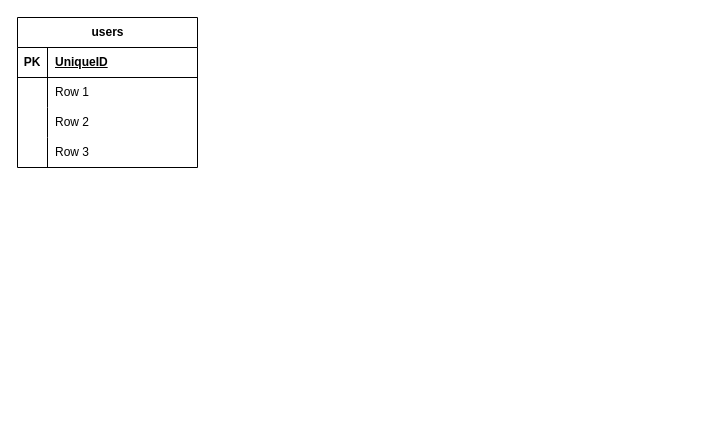
jlk31/CS-NEA keeps this draw.io diagram as docs/database_diagram.drawio. Above is the earlier version. Source tidied: cells renumbered, new cells numbered last; positions are measured from the earlier drawing's top-left corner, leaving out a move shared by most shapes. Both pictures are drawn from the tidied source at 100%, with x=0, y=0 at pixel (17, 17).
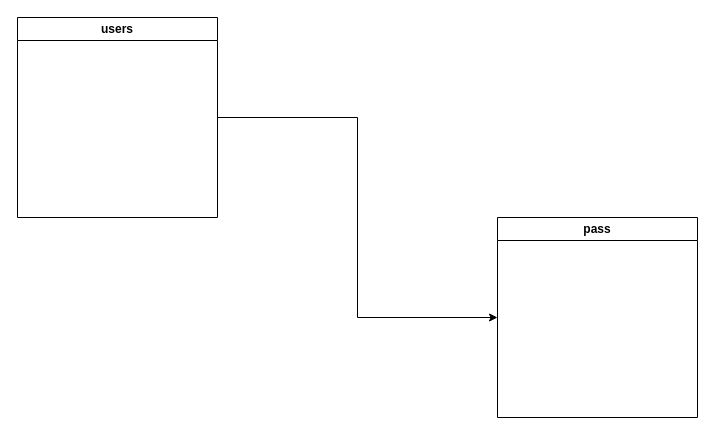
The same diagram, later.

What changed in the source:
```diff
@@
 <mxGraphModel>
   <root>
     <mxCell id="0" />
     <mxCell id="1" parent="0" />
+    <mxCell id="15" style="edgeStyle=orthogonalEdgeStyle;rounded=0;jettySize=auto;html=1;exitX=1;exitY=0.5;exitDx=0;exitDy=0;entryX=0;entryY=0.5;entryDx=0;entryDy=0;" parent="1" edge="1" source="2" target="16">
+      <mxGeometry relative="1" as="geometry" />
+    </mxCell>
-    <mxCell id="2" value="users" style="shape=table;startSize=30;childLayout=tableLayout;rowLines=0;fontStyle=1;align=center;html=1;" parent="1" vertex="1">
-      <mxGeometry width="180" height="150" as="geometry" />
+    <mxCell id="2" value="users" style="swimlane;whiteSpace=wrap;html=1;" parent="1" vertex="1">
+      <mxGeometry width="200" height="200" as="geometry" />
     </mxCell>
-    <mxCell id="3" style="shape=tableRow;horizontal=0;startSize=0;swimlaneHead=0;swimlaneBody=0;fillColor=none;top=0;left=0;right=0;bottom=1;" parent="2" vertex="1">
-      <mxGeometry y="30" width="180" height="30" as="geometry" />
-    </mxCell>
-    <mxCell id="4" value="PK" style="shape=partialRectangle;fillColor=none;top=0;left=0;bottom=0;right=0;fontStyle=1;overflow=hidden;whiteSpace=wrap;html=1;" parent="3" vertex="1">
-      <mxGeometry width="30" height="30" as="geometry" />
-    </mxCell>
-    <mxCell id="5" value="UniqueID" style="shape=partialRectangle;fillColor=none;top=0;left=0;bottom=0;right=0;align=left;spacingLeft=6;fontStyle=5;overflow=hidden;whiteSpace=wrap;html=1;" parent="3" vertex="1">
-      <mxGeometry x="30" width="150" height="30" as="geometry" />
-    </mxCell>
-    <mxCell id="6" style="shape=tableRow;horizontal=0;startSize=0;swimlaneHead=0;swimlaneBody=0;fillColor=none;top=0;left=0;right=0;bottom=0;" parent="2" vertex="1">
-      <mxGeometry y="60" width="180" height="30" as="geometry" />
-    </mxCell>
-    <mxCell id="7" style="shape=partialRectangle;fillColor=none;top=0;left=0;bottom=0;right=0;overflow=hidden;whiteSpace=wrap;html=1;" parent="6" vertex="1">
-      <mxGeometry width="30" height="30" as="geometry" />
-    </mxCell>
-    <mxCell id="8" value="Row 1" style="shape=partialRectangle;fillColor=none;top=0;left=0;bottom=0;right=0;align=left;spacingLeft=6;overflow=hidden;whiteSpace=wrap;html=1;" parent="6" vertex="1">
-      <mxGeometry x="30" width="150" height="30" as="geometry" />
-    </mxCell>
-    <mxCell id="9" style="shape=tableRow;horizontal=0;startSize=0;swimlaneHead=0;swimlaneBody=0;fillColor=none;top=0;left=0;right=0;bottom=0;" parent="2" vertex="1">
-      <mxGeometry y="90" width="180" height="30" as="geometry" />
-    </mxCell>
-    <mxCell id="10" style="shape=partialRectangle;fillColor=none;top=0;left=0;bottom=0;right=0;overflow=hidden;whiteSpace=wrap;html=1;" parent="9" vertex="1">
-      <mxGeometry width="30" height="30" as="geometry" />
-    </mxCell>
-    <mxCell id="11" value="Row 2" style="shape=partialRectangle;fillColor=none;top=0;left=0;bottom=0;right=0;align=left;spacingLeft=6;overflow=hidden;whiteSpace=wrap;html=1;" parent="9" vertex="1">
-      <mxGeometry x="30" width="150" height="30" as="geometry" />
-    </mxCell>
-    <mxCell id="12" style="shape=tableRow;horizontal=0;startSize=0;swimlaneHead=0;swimlaneBody=0;fillColor=none;top=0;left=0;right=0;bottom=0;" parent="2" vertex="1">
-      <mxGeometry y="120" width="180" height="30" as="geometry" />
-    </mxCell>
-    <mxCell id="13" style="shape=partialRectangle;fillColor=none;top=0;left=0;bottom=0;right=0;overflow=hidden;whiteSpace=wrap;html=1;" parent="12" vertex="1">
-      <mxGeometry width="30" height="30" as="geometry" />
-    </mxCell>
-    <mxCell id="14" value="Row 3" style="shape=partialRectangle;fillColor=none;top=0;left=0;bottom=0;right=0;align=left;spacingLeft=6;overflow=hidden;whiteSpace=wrap;html=1;" parent="12" vertex="1">
-      <mxGeometry x="30" width="150" height="30" as="geometry" />
-    </mxCell>
+    <mxCell id="16" value="pass" style="swimlane;whiteSpace=wrap;html=1;" parent="1" vertex="1">
+      <mxGeometry x="480" y="200" width="200" height="200" as="geometry" />
+    </mxCell>
   </root>
 </mxGraphModel>
```
